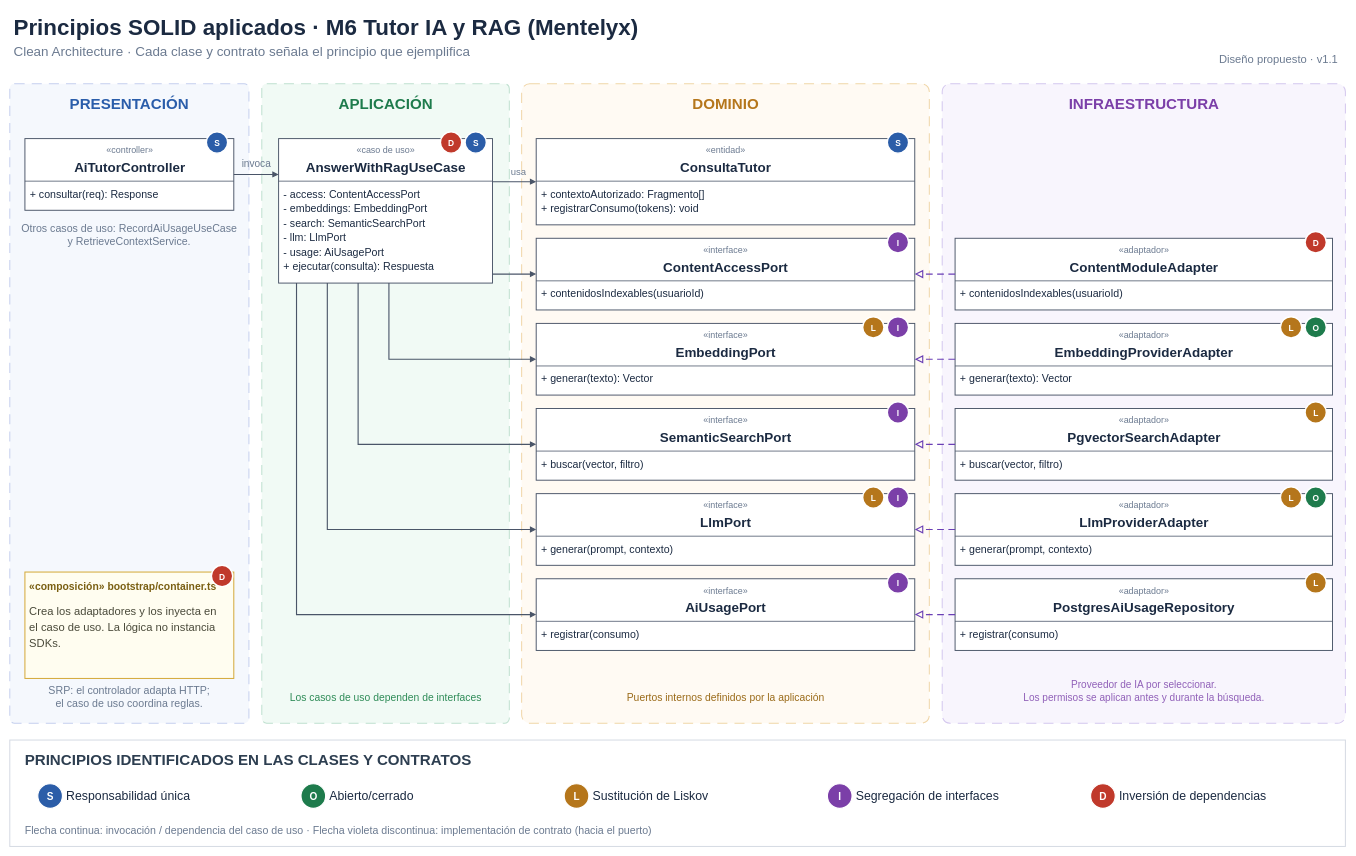
Earlier version of the draw.io diagram docs/img/fuente_drawio/principios-solid-m6.drawio (100robert/Mentelyx). Source tidied: cells renumbered, new cells numbered last; positions are measured from the earlier drawing's top-left corner, leaving out a move shared by most shapes. Both pictures are drawn from the tidied source at 56%, with x=0, y=0 at pixel (10, 10).
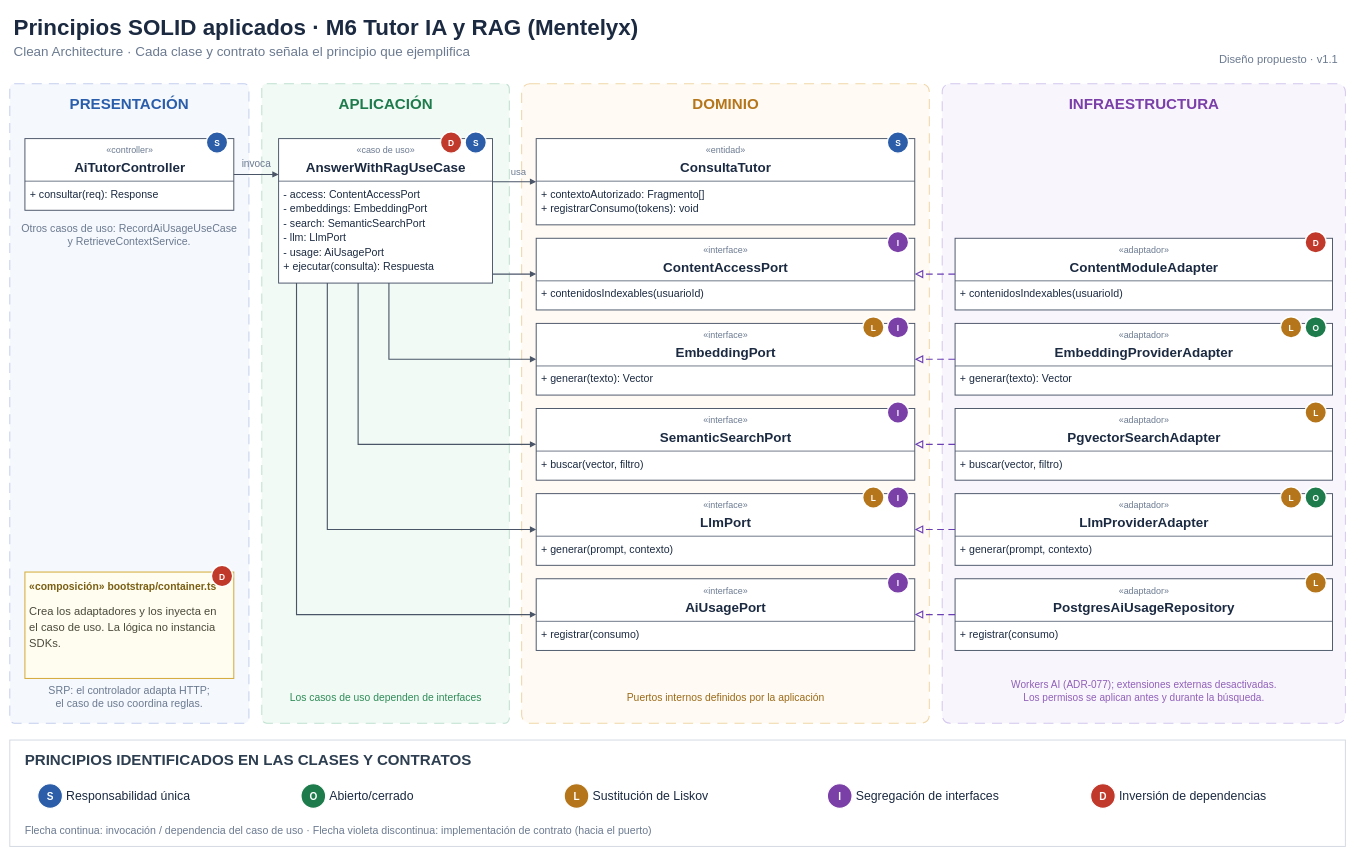
The same page after the edit.

The edit, as a diff of the source:
```diff
@@
-    <mxCell id="147" value="Proveedor de IA por seleccionar." style="text;html=1;strokeColor=none;fillColor=none;align=center;verticalAlign=middle;whiteSpace=nowrap;spacing=0;fontSize=18;fontStyle=0;fontColor=#9060B8;fontFamily=Arial;" parent="1" vertex="1">
+    <mxCell id="147" value="Workers AI (ADR-077); extensiones externas desactivadas." style="text;html=1;strokeColor=none;fillColor=none;align=center;verticalAlign=middle;whiteSpace=nowrap;spacing=0;fontSize=18;fontStyle=0;fontColor=#9060B8;fontFamily=Arial;" parent="1" vertex="1">
       <mxGeometry x="1887.9" y="1192.1" width="274.2" height="27" as="geometry" />
     </mxCell>
```
